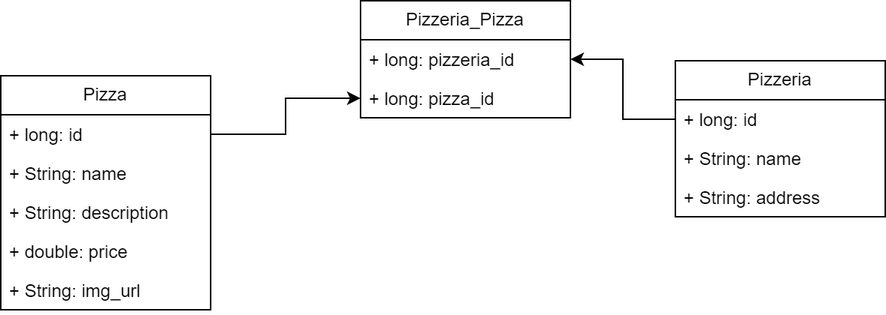
Before: img/ER Diagram.png, a diagram exported from draw.io (krajniy/PizzaService). Source tidied: cells renumbered, new cells last; positions are measured from the earlier drawing's top-left corner, leaving out a move shared by most shapes.
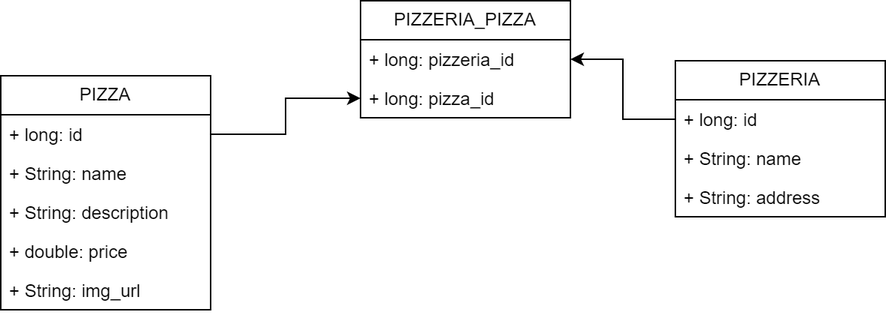
Above is the later version.

Commit message:
Components Diagram, ER Diagram small fixes. Rest API improvements (4xx added, address parameter, create/delete for pizzas in pizzerias)

What changed in the source:
```diff
@@ -2,7 +2,7 @@
   <root>
     <mxCell id="0" />
     <mxCell id="1" parent="0" />
-    <mxCell id="2" value="Pizza" style="swimlane;fontStyle=0;horizontal=1;startSize=26;fillColor=none;whiteSpace=wrap;html=1;" parent="1" vertex="1">
+    <mxCell id="2" value="PIZZA" style="swimlane;fontStyle=0;horizontal=1;startSize=26;fillColor=none;whiteSpace=wrap;html=1;" parent="1" vertex="1">
       <mxGeometry y="50" width="140" height="156" as="geometry" />
     </mxCell>
     <mxCell id="3" value="+ long: id" style="text;strokeColor=none;fillColor=none;align=left;verticalAlign=top;spacingLeft=4;spacingRight=4;overflow=hidden;points=[[0,0.5],[1,0.5]];portConstraint=eastwest;whiteSpace=wrap;html=1;" parent="2" vertex="1">
@@ -20,7 +20,7 @@
     <mxCell id="7" value="+ String: img_url" style="text;strokeColor=none;fillColor=none;align=left;verticalAlign=top;spacingLeft=4;spacingRight=4;overflow=hidden;whiteSpace=wrap;html=1;" parent="2" vertex="1">
       <mxGeometry y="130" width="140" height="26" as="geometry" />
     </mxCell>
-    <mxCell id="8" value="Pizzeria" style="swimlane;fontStyle=0;horizontal=1;startSize=26;fillColor=none;whiteSpace=wrap;html=1;" parent="1" vertex="1">
+    <mxCell id="8" value="PIZZERIA" style="swimlane;fontStyle=0;horizontal=1;startSize=26;fillColor=none;whiteSpace=wrap;html=1;" parent="1" vertex="1">
       <mxGeometry x="450" y="40" width="140" height="104" as="geometry" />
     </mxCell>
     <mxCell id="9" value="+ long: id" style="text;strokeColor=none;fillColor=none;align=left;verticalAlign=top;spacingLeft=4;spacingRight=4;overflow=hidden;points=[[0,0.5],[1,0.5]];portConstraint=eastwest;whiteSpace=wrap;html=1;" parent="8" vertex="1">
@@ -32,7 +32,7 @@
     <mxCell id="11" value="+ String: address" style="text;strokeColor=none;fillColor=none;align=left;verticalAlign=top;spacingLeft=4;spacingRight=4;overflow=hidden;whiteSpace=wrap;html=1;" parent="8" vertex="1">
       <mxGeometry y="78" width="140" height="26" as="geometry" />
     </mxCell>
-    <mxCell id="12" value="Pizzeria_Pizza" style="swimlane;fontStyle=0;horizontal=1;startSize=26;fillColor=none;whiteSpace=wrap;html=1;" parent="1" vertex="1">
+    <mxCell id="12" value="PIZZERIA_PIZZA" style="swimlane;fontStyle=0;horizontal=1;startSize=26;fillColor=none;whiteSpace=wrap;html=1;" parent="1" vertex="1">
       <mxGeometry x="240" width="140" height="78" as="geometry" />
     </mxCell>
     <mxCell id="13" value="+ long: pizzeria_id" style="text;strokeColor=none;fillColor=none;align=left;verticalAlign=top;spacingLeft=4;spacingRight=4;overflow=hidden;points=[[0,0.5],[1,0.5]];portConstraint=eastwest;whiteSpace=wrap;html=1;" parent="12" vertex="1">
```
